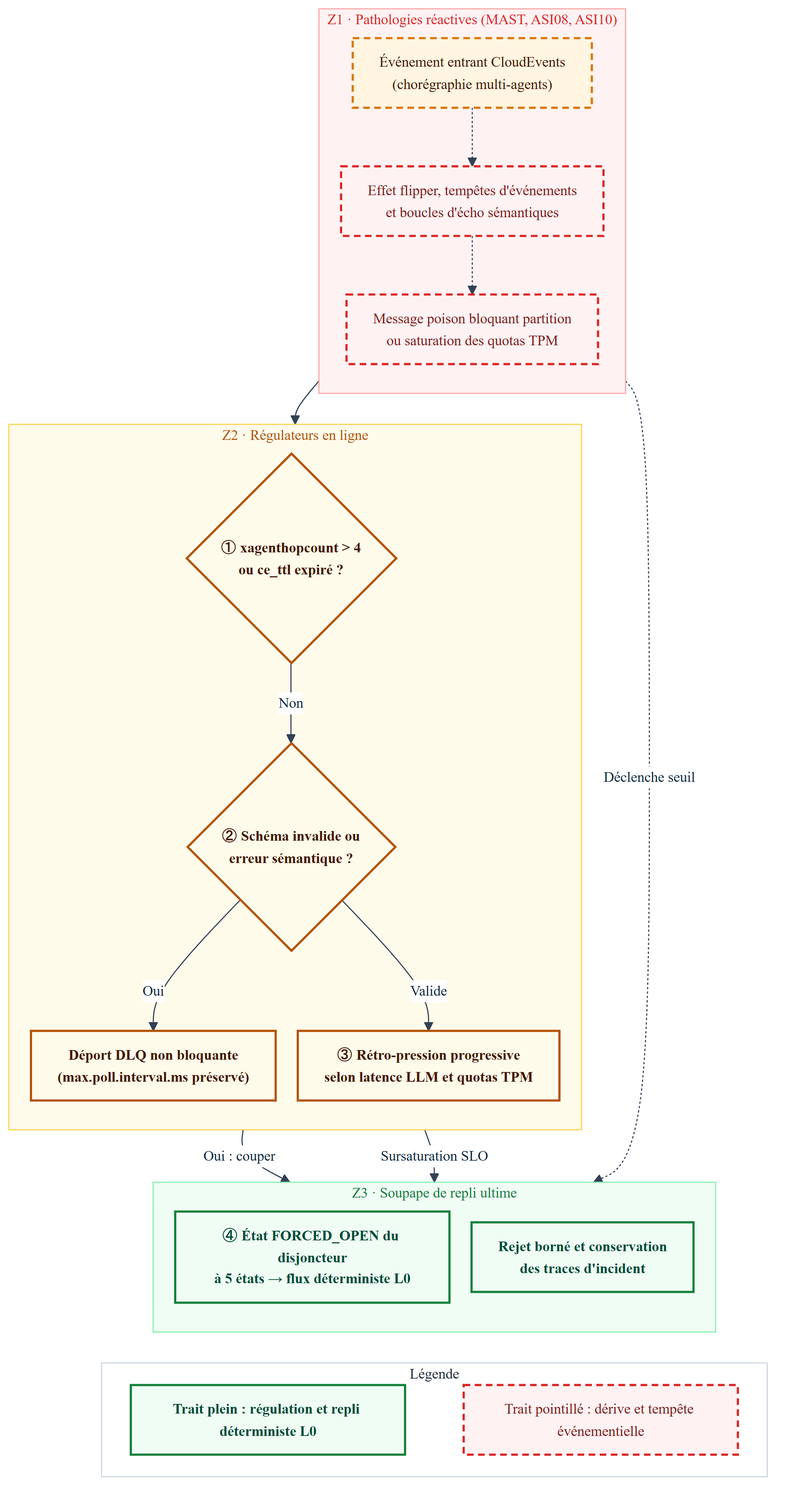
agbruneau/Agentique keeps this Mermaid diagram as Compendium/ouvrage/schemas/rendus/SCH-14-02.png. Above is the earlier version. Its source is kept beside it as Compendium/ouvrage/schemas/SCH-14-02.mmd. Source of this version:
```mermaid
%%{init: {'theme': 'base', 'themeVariables': {'fontFamily': 'DejaVu Sans', 'fontSize': '13px', 'lineColor': '#334155', 'edgeLabelBackground': '#FFFFFF', 'primaryTextColor': '#0F2942'}, 'flowchart': {'nodeSpacing': 20, 'rankSpacing': 28, 'padding': 12}}}%%
flowchart TB
  subgraph Z1["Z1 · Pathologies réactives (MAST, ASI08, ASI10)"]
    direction TB
    N1["Événement entrant CloudEvents<br/>(chorégraphie multi-agents)"]:::prob
    N2["Effet flipper, tempêtes d'événements<br/>et boucles d'écho sémantiques"]:::warn
    N3["Message poison bloquant partition<br/>ou saturation des quotas TPM"]:::warn
    N1 -.-> N2
    N2 -.-> N3
  end

  subgraph Z2["Z2 · Régulateurs en ligne"]
    direction TB
    N4{"① xagenthopcount > 4<br/>ou ce_ttl expiré ?"}:::amber
    N5{"② Schéma invalide ou<br/>erreur sémantique ?"}:::amber
    N6["Déport DLQ non bloquante<br/>(max.poll.interval.ms préservé)"]:::amber
    N7["③ Rétro-pression progressive<br/>selon latence LLM et quotas TPM"]:::amber
    N4 -->|"Non"| N5
    N5 -->|"Oui"| N6
    N5 -->|"Valide"| N7
  end

  subgraph Z3["Z3 · Soupape de repli ultime"]
    direction TB
    N8["④ État FORCED_OPEN du disjoncteur<br/>à 5 états → flux déterministe L0"]:::green
    N9["Rejet borné et conservation<br/>des traces d'incident"]:::green
  end

  N1 --> N4
  N4 -->|"Oui : couper"| N9
  N3 -.->|"Déclenche seuil"| N8
  N7 -->|"Sursaturation SLO"| N8

  subgraph LEG["Légende"]
    direction LR
    L_DET["Trait plein : régulation et repli déterministe L0"]:::green
    L_PROB["Trait pointillé : dérive et tempête événementielle"]:::warn
    L_DET ~~~ L_PROB
  end

  N8 ~~~ L_DET

  classDef prob fill:#FFF5E0,stroke:#D97706,stroke-width:2px,stroke-dasharray:6 4,color:#451A03
  classDef warn fill:#FEF2F2,stroke:#DC2626,stroke-width:2px,stroke-dasharray:6 4,color:#7F1D1D
  classDef amber fill:#FFFBEB,stroke:#B45309,stroke-width:2px,color:#451A03,font-weight:bold
  classDef green fill:#F0FDF4,stroke:#15803D,stroke-width:2px,color:#064E3B,font-weight:bold
  style Z1 fill:#FEF2F2,stroke:#FCA5A5,color:#DC2626
  style Z2 fill:#FFFBEB,stroke:#FCD34D,color:#B45309
  style Z3 fill:#F0FDF4,stroke:#86EFAC,color:#15803D
  style LEG fill:#FFFFFF,stroke:#CBD5E1,color:#1E293B
```
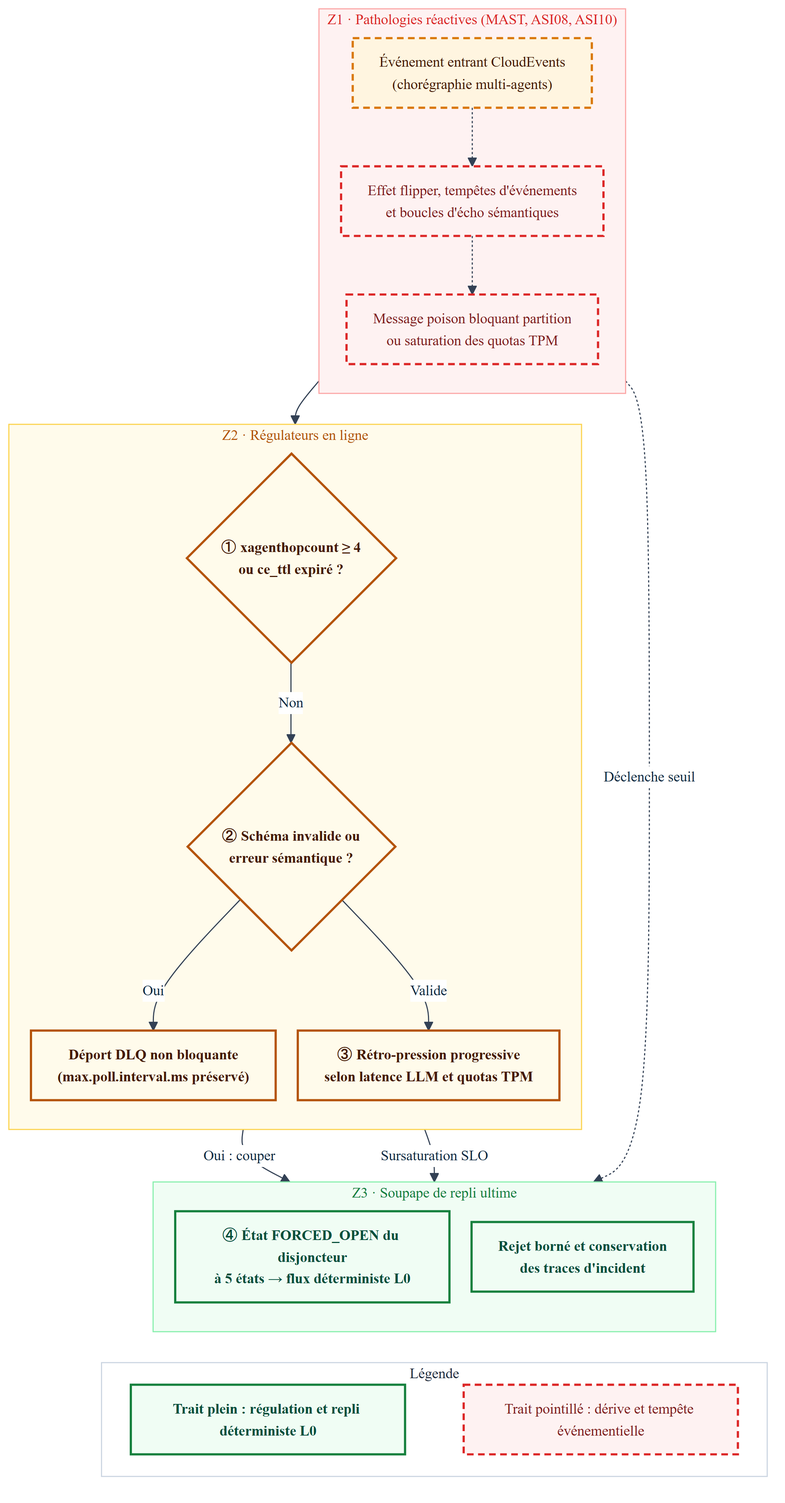
Above is the later version.

Diff of the diagram source:
```diff
@@ -11,7 +11,7 @@
 
   subgraph Z2["Z2 · Régulateurs en ligne"]
     direction TB
-    N4{"① xagenthopcount > 4<br/>ou ce_ttl expiré ?"}:::amber
+    N4{"① xagenthopcount ≥ 4<br/>ou ce_ttl expiré ?"}:::amber
     N5{"② Schéma invalide ou<br/>erreur sémantique ?"}:::amber
     N6["Déport DLQ non bloquante<br/>(max.poll.interval.ms préservé)"]:::amber
     N7["③ Rétro-pression progressive<br/>selon latence LLM et quotas TPM"]:::amber
```
